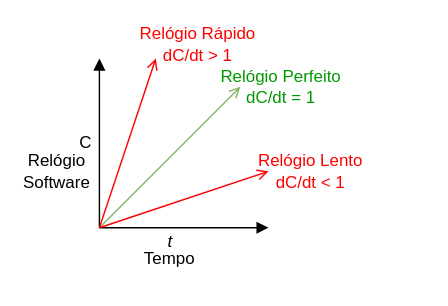
This is time/drawings/clock_skew.drawio from lasarojc/ds_notes, a draw.io file, before an edit. Source tidied: cells renumbered, new cells numbered last; positions are measured from the earlier drawing's top-left corner, leaving out a move shared by most shapes. Both pictures are drawn from the tidied source at 141%, with x=0, y=0 at pixel (28, 30).
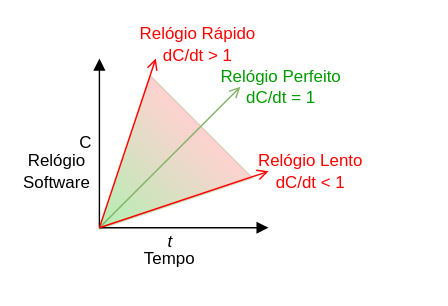
The same diagram, later.

The edit, as a diff of the source:
```diff
@@
 <mxGraphModel>
   <root>
     <mxCell id="0" />
     <mxCell id="1" parent="0" />
+    <mxCell id="14" style="triangle;whiteSpace=wrap;html=1;rotation=135;strokeColor=#82b366;gradientDirection=west;gradientColor=#FF6666;opacity=30;fillColor=#00CC00;" parent="1" vertex="1">
+      <mxGeometry x="34.7" y="53.6" width="102.8" height="102.4" as="geometry" />
+    </mxCell>
     <mxCell id="2" style="endArrow=block;html=1;endFill=1;" parent="1" edge="1">
       <mxGeometry relative="1" as="geometry">
         <mxPoint x="50" y="140" as="sourcePoint" />
         <mxPoint x="50" y="20" as="targetPoint" />
       </mxGeometry>
     </mxCell>
     <mxCell id="3" style="endArrow=block;html=1;endFill=1;" parent="1" edge="1">
       <mxGeometry relative="1" as="geometry">
         <mxPoint x="50" y="140" as="sourcePoint" />
         <mxPoint x="170" y="140" as="targetPoint" />
       </mxGeometry>
     </mxCell>
     <mxCell id="4" value="C" style="text;html=1;align=center;verticalAlign=middle;" parent="1" vertex="1">
       <mxGeometry x="30" y="70" width="20" height="20" as="geometry" />
     </mxCell>
     <mxCell id="5" value="&lt;i&gt;t&lt;/i&gt;" style="text;html=1;align=center;verticalAlign=middle;" parent="1" vertex="1">
       <mxGeometry x="90" y="140" width="20" height="20" as="geometry" />
     </mxCell>
     <mxCell id="6" style="endArrow=open;html=1;fillColor=#d5e8d4;strokeColor=#82b366;endFill=0;" parent="1" edge="1">
       <mxGeometry relative="1" as="geometry">
         <mxPoint x="50" y="140" as="sourcePoint" />
         <mxPoint x="150" y="40" as="targetPoint" />
       </mxGeometry>
     </mxCell>
     <mxCell id="7" style="endArrow=open;html=1;fillColor=#d5e8d4;endFill=0;strokeColor=#FF0000;" parent="1" edge="1">
       <mxGeometry relative="1" as="geometry">
         <mxPoint x="50" y="140" as="sourcePoint" />
         <mxPoint x="170" y="100" as="targetPoint" />
       </mxGeometry>
     </mxCell>
     <mxCell id="8" style="endArrow=open;html=1;fillColor=#d5e8d4;endFill=0;strokeColor=#FF0000;" parent="1" edge="1">
       <mxGeometry relative="1" as="geometry">
         <mxPoint x="50" y="140" as="sourcePoint" />
         <mxPoint x="90" y="20" as="targetPoint" />
       </mxGeometry>
     </mxCell>
     <mxCell id="9" value="Tempo" style="text;html=1;strokeColor=none;fillColor=none;align=center;verticalAlign=middle;whiteSpace=wrap;rounded=0;" parent="1" vertex="1">
       <mxGeometry x="80" y="152" width="40" height="20" as="geometry" />
     </mxCell>
     <mxCell id="10" value="Relógio&lt;br&gt;Software" style="text;html=1;strokeColor=none;fillColor=none;align=center;verticalAlign=middle;whiteSpace=wrap;rounded=0;" parent="1" vertex="1">
       <mxGeometry y="90" width="40" height="20" as="geometry" />
     </mxCell>
     <mxCell id="11" value="Relógio Perfeito&lt;br&gt;dC/dt = 1" style="text;html=1;strokeColor=none;fillColor=none;align=center;verticalAlign=middle;whiteSpace=wrap;rounded=0;fontColor=#009900;" parent="1" vertex="1">
       <mxGeometry x="99" y="30" width="160" height="20" as="geometry" />
     </mxCell>
     <mxCell id="12" value="Relógio Lento&lt;br&gt;dC/dt &amp;lt; 1" style="text;html=1;strokeColor=none;fillColor=none;align=center;verticalAlign=middle;whiteSpace=wrap;rounded=0;fontColor=#FF0000;" parent="1" vertex="1">
       <mxGeometry x="120" y="90" width="160" height="20" as="geometry" />
     </mxCell>
     <mxCell id="13" value="Relógio Rápido&lt;br&gt;dC/dt &amp;gt; 1" style="text;html=1;strokeColor=none;fillColor=none;align=center;verticalAlign=middle;whiteSpace=wrap;rounded=0;fontColor=#FF0000;" parent="1" vertex="1">
       <mxGeometry x="40" width="160" height="20" as="geometry" />
     </mxCell>
   </root>
 </mxGraphModel>
```
